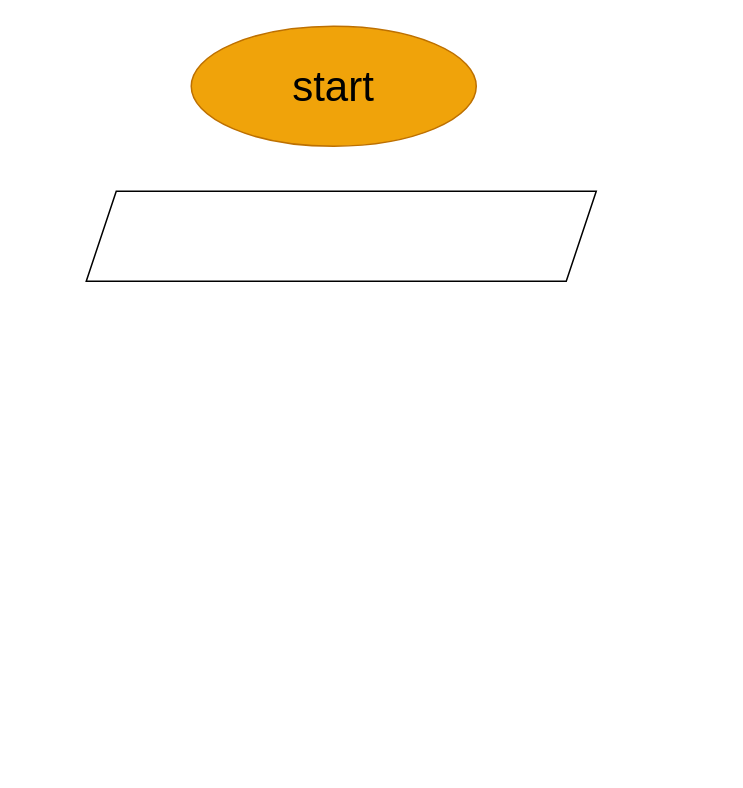
VoldMarius/final-task keeps this draw.io diagram as Блок-схема.drawio. Above is the earlier version. Source tidied: cells renumbered, new cells numbered last; positions are measured from the earlier drawing's top-left corner, leaving out a move shared by most shapes. Both pictures are drawn from the tidied source at 150%, with x=0, y=0 at pixel (86, 26).
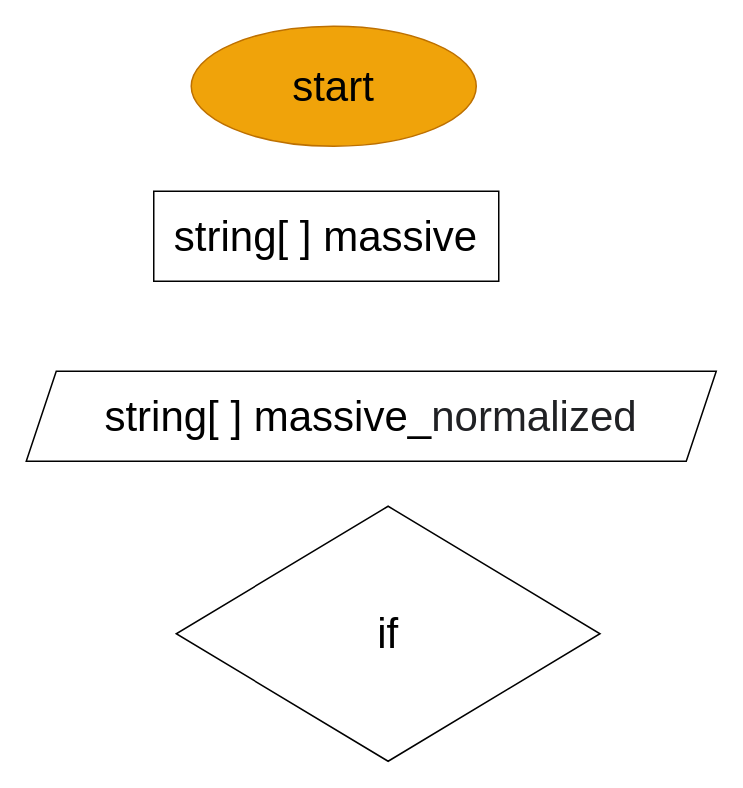
The same diagram, later.

The edit, as a diff of the source:
```diff
@@
 <mxGraphModel>
   <root>
     <mxCell id="0" />
     <mxCell id="1" parent="0" />
     <mxCell id="2" value="&lt;font style=&quot;font-size: 28px;&quot;&gt;start&lt;/font&gt;" style="ellipse;whiteSpace=wrap;html=1;fillColor=#f0a30a;strokeColor=#BD7000;fontColor=#000000;" parent="1" vertex="1">
       <mxGeometry x="70" width="190" height="80" as="geometry" />
     </mxCell>
-    <mxCell id="3" style="shape=parallelogram;perimeter=parallelogramPerimeter;whiteSpace=wrap;html=1;fixedSize=1;fontSize=28;" parent="1" vertex="1">
-      <mxGeometry y="110" width="340" height="60" as="geometry" />
+    <mxCell id="3" value="string[ ] massive_&lt;span style=&quot;color: rgb(32, 33, 36); font-family: inherit; text-align: left; background-color: initial;&quot;&gt;normalized&lt;/span&gt;" style="shape=parallelogram;perimeter=parallelogramPerimeter;whiteSpace=wrap;html=1;fixedSize=1;fontSize=28;" parent="1" vertex="1">
+      <mxGeometry x="-40" y="230" width="460" height="60" as="geometry" />
     </mxCell>
+    <mxCell id="4" value="string[ ] massive" style="rounded=0;whiteSpace=wrap;html=1;fontSize=28;" parent="1" vertex="1">
+      <mxGeometry x="45" y="110" width="230" height="60" as="geometry" />
+    </mxCell>
+    <mxCell id="5" value="if" style="rhombus;whiteSpace=wrap;html=1;fontSize=28;" parent="1" vertex="1">
+      <mxGeometry x="60" y="320" width="282.5" height="170" as="geometry" />
+    </mxCell>
   </root>
 </mxGraphModel>
```
